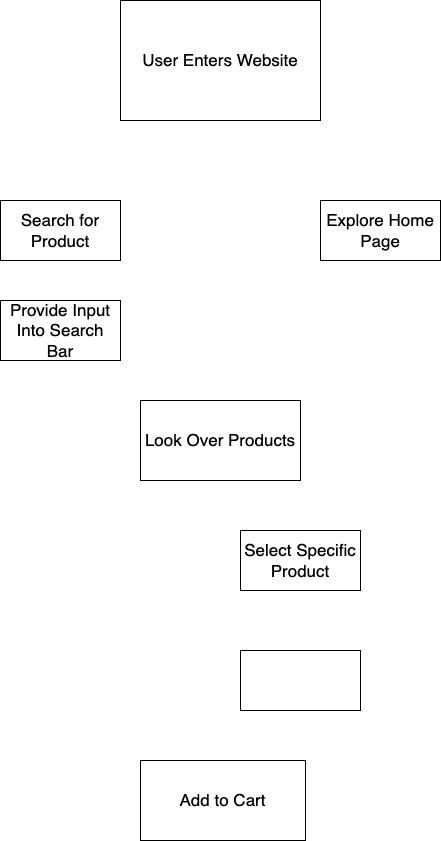
Before: explore/diagramming/diagram.drawio.png, a diagram exported from draw.io (mapersiani/sp24-cse110-lab4). Source tidied: cells renumbered, new cells last; positions are measured from the earlier drawing's top-left corner, leaving out a move shared by most shapes.
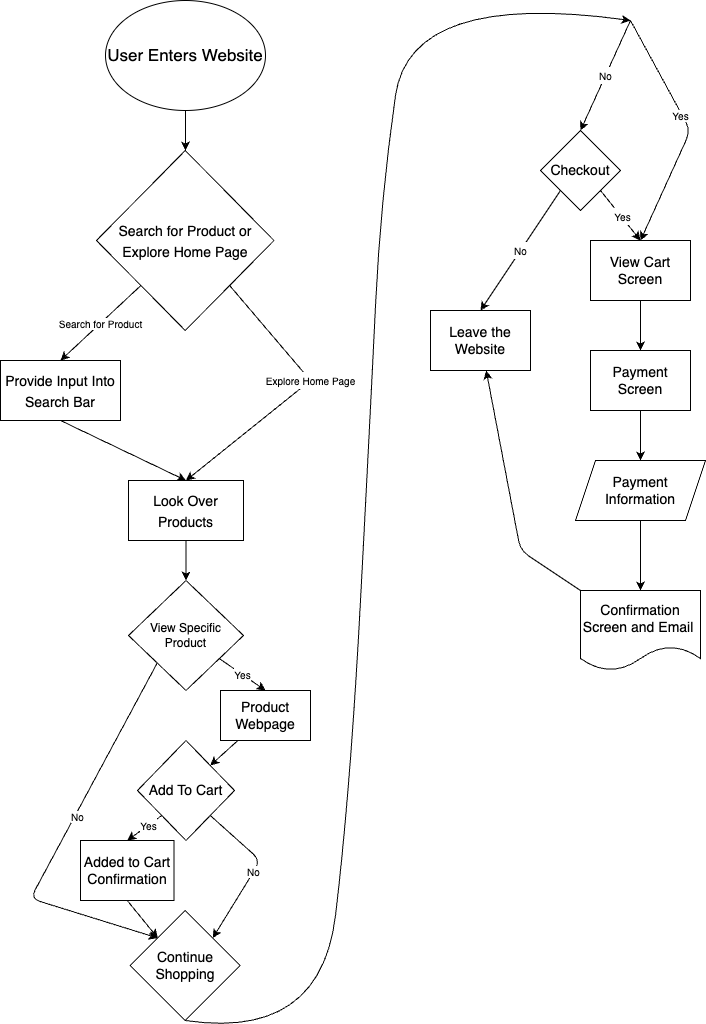
Later version of the same file.

Change to the diagram source:
```diff
@@ -2,29 +2,158 @@
   <root>
     <mxCell id="0" />
     <mxCell id="1" parent="0" />
+    <mxCell id="10" style="edgeStyle=none;html=1;exitX=0.5;exitY=1;exitDx=0;exitDy=0;entryX=0.5;entryY=0;entryDx=0;entryDy=0;fontSize=14;" parent="1" edge="1" source="5" target="6">
+      <mxGeometry relative="1" as="geometry" />
+    </mxCell>
+    <mxCell id="5" value="&lt;font style=&quot;font-size: 14px;&quot;&gt;Provide Input Into Search Bar&lt;/font&gt;" style="rounded=0;whiteSpace=wrap;html=1;fontSize=17;" parent="1" vertex="1">
+      <mxGeometry x="-190" y="340" width="120" height="60" as="geometry" />
+    </mxCell>
+    <mxCell id="11" style="edgeStyle=none;html=1;fontSize=10;" parent="1" edge="1" source="6" target="17">
+      <mxGeometry relative="1" as="geometry" />
+    </mxCell>
+    <mxCell id="6" value="&lt;font style=&quot;font-size: 14px;&quot;&gt;Look Over Products&lt;/font&gt;" style="rounded=0;whiteSpace=wrap;html=1;fontSize=17;" parent="1" vertex="1">
+      <mxGeometry x="-62" y="460" width="115" height="60" as="geometry" />
+    </mxCell>
+    <mxCell id="12" style="edgeStyle=none;html=1;fontSize=14;" parent="1" edge="1" source="2" target="13">
+      <mxGeometry relative="1" as="geometry" />
+    </mxCell>
-    <mxCell id="2" value="&lt;font style=&quot;font-size: 17px;&quot;&gt;User Enters Website&lt;/font&gt;" style="rounded=0;whiteSpace=wrap;html=1;" parent="1" vertex="1">
-      <mxGeometry x="120" width="200" height="120" as="geometry" />
+    <mxCell id="2" value="User Enters Website" style="ellipse;whiteSpace=wrap;html=1;fontSize=17;" parent="1" vertex="1">
+      <mxGeometry x="-85" y="-20" width="160" height="110" as="geometry" />
     </mxCell>
-    <mxCell id="3" value="Search for Product" style="rounded=0;whiteSpace=wrap;html=1;fontSize=17;" parent="1" vertex="1">
-      <mxGeometry y="200" width="120" height="60" as="geometry" />
+    <mxCell id="3" value="Search for Product" style="edgeStyle=none;html=1;exitX=0;exitY=1;exitDx=0;exitDy=0;entryX=0.5;entryY=0;entryDx=0;entryDy=0;fontSize=10;" parent="1" edge="1" source="13" target="5">
+      <mxGeometry relative="1" as="geometry" />
     </mxCell>
-    <mxCell id="4" value="Explore Home Page" style="rounded=0;whiteSpace=wrap;html=1;fontSize=17;" parent="1" vertex="1">
-      <mxGeometry x="320" y="200" width="120" height="60" as="geometry" />
+    <mxCell id="4" value="&lt;font style=&quot;font-size: 10px;&quot;&gt;Explore Home Page&lt;/font&gt;" style="edgeStyle=none;html=1;exitX=1;exitY=1;exitDx=0;exitDy=0;entryX=0.5;entryY=0;entryDx=0;entryDy=0;fontSize=14;" parent="1" edge="1" source="13" target="6">
+      <mxGeometry x="-0.12" relative="1" as="geometry">
+        <Array as="points">
+          <mxPoint x="120" y="360" />
+        </Array>
+      </mxGeometry>
     </mxCell>
-    <mxCell id="5" value="Provide Input Into Search Bar" style="rounded=0;whiteSpace=wrap;html=1;fontSize=17;" parent="1" vertex="1">
-      <mxGeometry y="300" width="120" height="60" as="geometry" />
-    </mxCell>
-    <mxCell id="6" value="Look Over Products" style="rounded=0;whiteSpace=wrap;html=1;fontSize=17;" parent="1" vertex="1">
-      <mxGeometry x="140" y="400" width="160" height="80" as="geometry" />
-    </mxCell>
-    <mxCell id="7" value="Select Specific Product" style="rounded=0;whiteSpace=wrap;html=1;fontSize=17;" parent="1" vertex="1">
-      <mxGeometry x="240" y="530" width="120" height="60" as="geometry" />
-    </mxCell>
-    <mxCell id="8" value="Add to Cart" style="rounded=0;whiteSpace=wrap;html=1;fontSize=17;" parent="1" vertex="1">
-      <mxGeometry x="140" y="760" width="165" height="80" as="geometry" />
-    </mxCell>
-    <mxCell id="9" style="rounded=0;whiteSpace=wrap;html=1;fontSize=17;" parent="1" vertex="1">
-      <mxGeometry x="240" y="650" width="120" height="60" as="geometry" />
-    </mxCell>
+    <mxCell id="13" value="&lt;font style=&quot;font-size: 14px;&quot;&gt;Search for Product or Explore Home Page&lt;/font&gt;" style="rhombus;whiteSpace=wrap;html=1;fontSize=17;" parent="1" vertex="1">
+      <mxGeometry x="-94" y="130" width="177.5" height="180" as="geometry" />
+    </mxCell>
+    <mxCell id="14" value="&lt;font style=&quot;font-size: 10px;&quot;&gt;Yes&lt;/font&gt;" style="edgeStyle=none;html=1;fontSize=14;entryX=0.5;entryY=0;entryDx=0;entryDy=0;" parent="1" edge="1" source="17" target="26">
+      <mxGeometry relative="1" as="geometry" />
+    </mxCell>
+    <mxCell id="15" style="edgeStyle=none;html=1;exitX=0;exitY=1;exitDx=0;exitDy=0;entryX=0;entryY=0;entryDx=0;entryDy=0;fontSize=10;" parent="1" edge="1" source="17" target="18">
+      <mxGeometry relative="1" as="geometry">
+        <Array as="points">
+          <mxPoint x="-160" y="878" />
+        </Array>
+      </mxGeometry>
+    </mxCell>
+    <mxCell id="16" value="No" style="edgeLabel;html=1;align=center;verticalAlign=middle;fontSize=10;" parent="15" vertex="1">
+      <mxGeometry x="-0.13" y="2" relative="1" as="geometry">
+        <mxPoint y="-1" as="offset" />
+      </mxGeometry>
+    </mxCell>
+    <mxCell id="17" value="&lt;font style=&quot;font-size: 12px;&quot;&gt;View Specific Product&lt;/font&gt;" style="rhombus;whiteSpace=wrap;html=1;fontSize=10;" parent="1" vertex="1">
+      <mxGeometry x="-62" y="560" width="115" height="110" as="geometry" />
+    </mxCell>
+    <mxCell id="18" value="Continue Shopping" style="rhombus;whiteSpace=wrap;html=1;fontSize=14;" parent="1" vertex="1">
+      <mxGeometry x="-60.2" y="890" width="110" height="110" as="geometry" />
+    </mxCell>
+    <mxCell id="19" style="edgeStyle=none;html=1;exitX=0;exitY=1;exitDx=0;exitDy=0;entryX=0.5;entryY=0;entryDx=0;entryDy=0;fontSize=14;" parent="1" edge="1" source="22" target="24">
+      <mxGeometry relative="1" as="geometry" />
+    </mxCell>
+    <mxCell id="20" value="&lt;font style=&quot;font-size: 10px;&quot;&gt;Yes&lt;/font&gt;" style="edgeLabel;html=1;align=center;verticalAlign=middle;fontSize=14;" parent="19" vertex="1">
+      <mxGeometry x="-0.25" y="-1" relative="1" as="geometry" />
+    </mxCell>
+    <mxCell id="21" value="No" style="edgeStyle=none;html=1;exitX=1;exitY=1;exitDx=0;exitDy=0;entryX=1;entryY=0;entryDx=0;entryDy=0;fontSize=10;" parent="1" edge="1" source="22" target="18">
+      <mxGeometry relative="1" as="geometry">
+        <Array as="points">
+          <mxPoint x="70" y="840" />
+        </Array>
+      </mxGeometry>
+    </mxCell>
+    <mxCell id="22" value="Add To Cart" style="rhombus;whiteSpace=wrap;html=1;fontSize=14;" parent="1" vertex="1">
+      <mxGeometry x="-53" y="720" width="97" height="100" as="geometry" />
+    </mxCell>
+    <mxCell id="23" style="edgeStyle=none;html=1;exitX=0.5;exitY=1;exitDx=0;exitDy=0;entryX=0;entryY=0;entryDx=0;entryDy=0;fontSize=14;" parent="1" edge="1" source="24" target="18">
+      <mxGeometry relative="1" as="geometry" />
+    </mxCell>
+    <mxCell id="24" value="&lt;font style=&quot;font-size: 14px;&quot;&gt;Added to Cart Confirmation&lt;/font&gt;" style="rounded=0;whiteSpace=wrap;html=1;fontSize=10;" parent="1" vertex="1">
+      <mxGeometry x="-110" y="820" width="93.5" height="60" as="geometry" />
+    </mxCell>
+    <mxCell id="25" style="edgeStyle=none;html=1;entryX=1;entryY=0;entryDx=0;entryDy=0;fontSize=14;" parent="1" edge="1" source="26" target="22">
+      <mxGeometry relative="1" as="geometry" />
+    </mxCell>
+    <mxCell id="26" value="&lt;font style=&quot;font-size: 14px;&quot;&gt;Product Webpage&lt;/font&gt;" style="rounded=0;whiteSpace=wrap;html=1;fontSize=10;" parent="1" vertex="1">
+      <mxGeometry x="30" y="670" width="90" height="50" as="geometry" />
+    </mxCell>
+    <mxCell id="27" style="curved=1;endArrow=classic;html=1;fontSize=14;exitX=0.5;exitY=1;exitDx=0;exitDy=0;" parent="1" edge="1" source="18">
+      <mxGeometry relative="1" as="geometry">
+        <mxPoint x="440" as="targetPoint" />
+        <Array as="points">
+          <mxPoint x="130" y="1020" />
+          <mxPoint x="160" y="770" />
+          <mxPoint x="180" y="390" />
+          <mxPoint x="190" y="180" />
+          <mxPoint x="220" y="-30" />
+        </Array>
+      </mxGeometry>
+    </mxCell>
+    <mxCell id="28" style="endArrow=classic;html=1;fontSize=14;entryX=0.5;entryY=0;entryDx=0;entryDy=0;" parent="1" edge="1" target="37">
+      <mxGeometry relative="1" as="geometry">
+        <mxPoint x="440" as="sourcePoint" />
+        <Array as="points">
+          <mxPoint x="500" y="110" />
+        </Array>
+      </mxGeometry>
+    </mxCell>
+    <mxCell id="29" value="Yes" style="edgeLabel;html=1;align=center;verticalAlign=middle;fontSize=10;" parent="28" vertex="1">
+      <mxGeometry x="-0.13" y="-2" relative="1" as="geometry" />
+    </mxCell>
+    <mxCell id="30" value="&lt;font style=&quot;font-size: 10px;&quot;&gt;No&lt;/font&gt;" style="endArrow=classic;html=1;fontSize=14;entryX=0.5;entryY=0;entryDx=0;entryDy=0;" parent="1" edge="1" target="34">
+      <mxGeometry relative="1" as="geometry">
+        <mxPoint x="440" as="sourcePoint" />
+      </mxGeometry>
+    </mxCell>
+    <mxCell id="31" value="&lt;font style=&quot;font-size: 10px;&quot;&gt;No&lt;/font&gt;" style="edgeStyle=none;html=1;exitX=0;exitY=1;exitDx=0;exitDy=0;entryX=0.5;entryY=0;entryDx=0;entryDy=0;fontSize=14;" parent="1" edge="1" source="34" target="35">
+      <mxGeometry relative="1" as="geometry" />
+    </mxCell>
+    <mxCell id="32" style="edgeStyle=none;html=1;exitX=1;exitY=1;exitDx=0;exitDy=0;entryX=0.5;entryY=0;entryDx=0;entryDy=0;fontSize=14;" parent="1" edge="1" source="34" target="37">
+      <mxGeometry relative="1" as="geometry" />
+    </mxCell>
+    <mxCell id="33" value="&lt;font style=&quot;font-size: 10px;&quot;&gt;Yes&lt;/font&gt;" style="edgeLabel;html=1;align=center;verticalAlign=middle;fontSize=14;" parent="32" vertex="1">
+      <mxGeometry x="0.06" y="2" relative="1" as="geometry">
+        <mxPoint x="-1" as="offset" />
+      </mxGeometry>
+    </mxCell>
+    <mxCell id="34" value="&lt;font style=&quot;font-size: 14px;&quot;&gt;Checkout&lt;/font&gt;" style="rhombus;whiteSpace=wrap;html=1;fontSize=10;" parent="1" vertex="1">
+      <mxGeometry x="350" y="110" width="80" height="80" as="geometry" />
+    </mxCell>
+    <mxCell id="35" value="Leave the Website" style="rounded=0;whiteSpace=wrap;html=1;fontSize=14;" parent="1" vertex="1">
+      <mxGeometry x="240" y="290" width="100" height="60" as="geometry" />
+    </mxCell>
+    <mxCell id="36" style="edgeStyle=none;html=1;fontSize=14;" parent="1" edge="1" source="37" target="39">
+      <mxGeometry relative="1" as="geometry" />
+    </mxCell>
+    <mxCell id="37" value="&lt;font style=&quot;font-size: 14px;&quot;&gt;View Cart Screen&lt;/font&gt;" style="rounded=0;whiteSpace=wrap;html=1;fontSize=10;" parent="1" vertex="1">
+      <mxGeometry x="400" y="220" width="100" height="60" as="geometry" />
+    </mxCell>
+    <mxCell id="38" style="edgeStyle=none;html=1;fontSize=14;" parent="1" edge="1" source="39" target="41">
+      <mxGeometry relative="1" as="geometry" />
+    </mxCell>
+    <mxCell id="39" value="&lt;font style=&quot;font-size: 14px;&quot;&gt;Payment Screen&lt;/font&gt;" style="rounded=0;whiteSpace=wrap;html=1;fontSize=10;" parent="1" vertex="1">
+      <mxGeometry x="400" y="330" width="100" height="60" as="geometry" />
+    </mxCell>
+    <mxCell id="40" style="edgeStyle=none;html=1;fontSize=14;" parent="1" edge="1" source="41" target="43">
+      <mxGeometry relative="1" as="geometry" />
+    </mxCell>
+    <mxCell id="41" value="Payment Information" style="shape=parallelogram;perimeter=parallelogramPerimeter;whiteSpace=wrap;html=1;fixedSize=1;fontSize=14;" parent="1" vertex="1">
+      <mxGeometry x="385" y="440" width="130" height="60" as="geometry" />
+    </mxCell>
+    <mxCell id="42" style="edgeStyle=none;html=1;fontSize=14;" parent="1" edge="1" source="43" target="35">
+      <mxGeometry relative="1" as="geometry">
+        <Array as="points">
+          <mxPoint x="330" y="530" />
+        </Array>
+      </mxGeometry>
+    </mxCell>
+    <mxCell id="43" value="Confirmation Screen and Email&amp;nbsp;" style="shape=document;whiteSpace=wrap;html=1;boundedLbl=1;fontSize=14;" parent="1" vertex="1">
+      <mxGeometry x="390" y="570" width="120" height="80" as="geometry" />
+    </mxCell>
   </root>
 </mxGraphModel>
```
